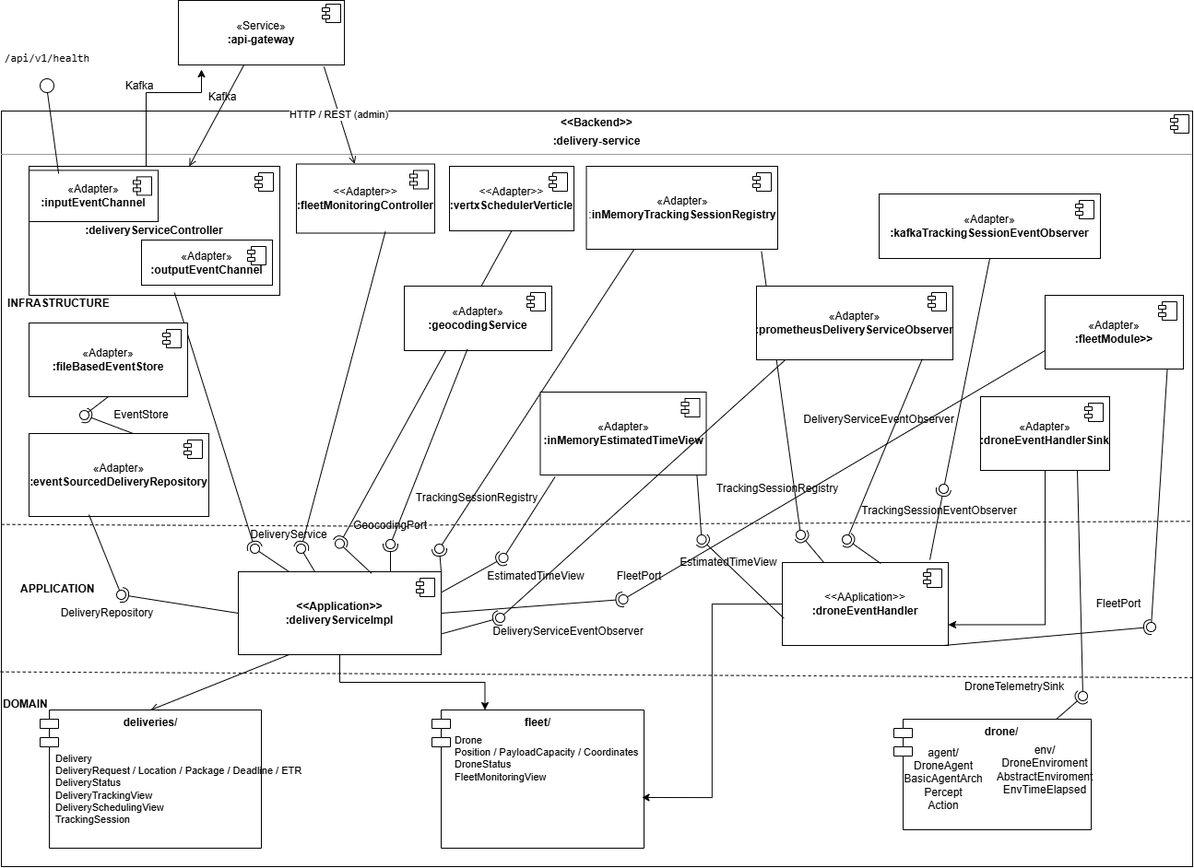
Before: doc/delivery-service-v3.drawio.png, a diagram exported from draw.io (MarcoMoro10/SAP-Assignment3). Source tidied: cells renumbered, new cells last; positions are measured from the earlier drawing's top-left corner, leaving out a move shared by most shapes.
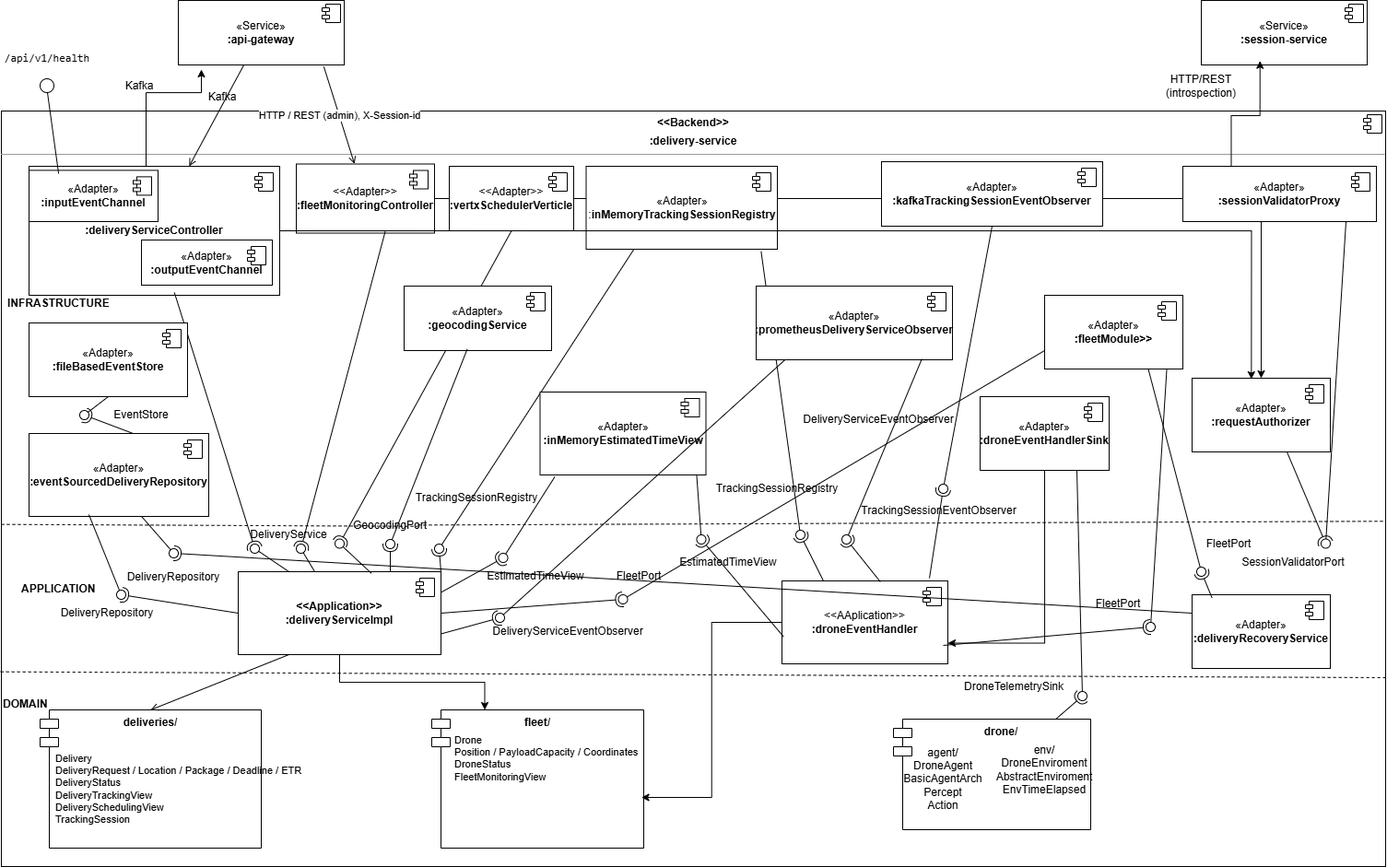
After the change.

The edit, as a diff of the source:
```diff
@@ -11,7 +11,7 @@
       </mxGeometry>
     </mxCell>
     <mxCell id="4" value="&lt;p style=&quot;margin:0px;margin-top:6px;text-align:center;&quot;&gt;&lt;b&gt;&amp;lt;&amp;lt;Backend&amp;gt;&amp;gt;&lt;/b&gt;&lt;/p&gt;&lt;p style=&quot;margin:0px;margin-top:6px;text-align:center;&quot;&gt;&lt;b&gt;:delivery-service&lt;/b&gt;&lt;/p&gt;&lt;hr size=&quot;1&quot;&gt;" style="align=left;overflow=fill;html=1;whiteSpace=wrap;verticalAlign=top;" parent="1" vertex="1">
-      <mxGeometry x="1" y="120" width="1292" height="820" as="geometry" />
+      <mxGeometry x="1" y="120" width="1502" height="820" as="geometry" />
     </mxCell>
     <mxCell id="5" style="shape=component;jettyWidth=8;jettyHeight=4;" parent="4" vertex="1">
       <mxGeometry x="1" width="20" height="20" relative="1" as="geometry">
@@ -59,6 +59,9 @@
         <mxPoint x="-27" y="7" as="offset" />
       </mxGeometry>
     </mxCell>
+    <mxCell id="131" style="edgeStyle=orthogonalEdgeStyle;rounded=0;jettySize=auto;html=1;" parent="1" edge="1" source="17" target="142">
+      <mxGeometry relative="1" as="geometry" />
+    </mxCell>
     <mxCell id="17" value="&lt;div&gt;&amp;lt;&amp;lt;Adapter&amp;gt;&amp;gt;&lt;/div&gt;&lt;b&gt;:fleetMonitoringController&lt;/b&gt;" style="html=1;whiteSpace=wrap;fontColor=#000000;" parent="1" vertex="1">
       <mxGeometry x="321" y="177.5" width="150" height="75" as="geometry" />
     </mxCell>
@@ -76,7 +79,7 @@
       </mxGeometry>
     </mxCell>
     <mxCell id="21" value="«Adapter»&lt;br&gt;&lt;b&gt;:kafkaTrackingSessionEventObserver&lt;/b&gt;" style="html=1;whiteSpace=wrap;fontColor=#000000;" parent="1" vertex="1">
-      <mxGeometry x="953" y="210" width="240" height="70" as="geometry" />
+      <mxGeometry x="956" y="175" width="240" height="70" as="geometry" />
     </mxCell>
     <mxCell id="22" style="shape=module;jettyWidth=8;jettyHeight=4;" parent="21" vertex="1">
       <mxGeometry x="1" width="20" height="20" relative="1" as="geometry">
@@ -124,7 +127,7 @@
     <mxCell id="35" style="endArrow=open;html=1;rounded=0;" parent="1" edge="1" source="2" target="11">
       <mxGeometry relative="1" as="geometry" />
     </mxCell>
-    <mxCell id="36" value="HTTP / REST (admin)" style="endArrow=open;html=1;rounded=0;exitX=0.877;exitY=1.025;exitDx=0;exitDy=0;exitPerimeter=0;" parent="1" edge="1" source="2" target="17">
+    <mxCell id="36" value="HTTP / REST (admin), X-Session-id" style="endArrow=open;html=1;rounded=0;exitX=0.877;exitY=1.025;exitDx=0;exitDy=0;exitPerimeter=0;" parent="1" edge="1" source="2" target="17">
       <mxGeometry relative="1" as="geometry" />
     </mxCell>
     <mxCell id="37" style="endArrow=open;html=1;rounded=0;exitX=0.25;exitY=1;exitDx=0;exitDy=0;entryX=0.5;entryY=0;entryDx=0;entryDy=0;" parent="1" edge="1" source="24" target="30">
@@ -210,7 +213,7 @@
       <mxGeometry relative="1" as="geometry" />
     </mxCell>
     <mxCell id="63" value="&lt;div&gt;&amp;lt;&amp;lt;AAplication&amp;gt;&amp;gt;&lt;/div&gt;&lt;b&gt;:droneEventHandler&lt;/b&gt;" style="html=1;whiteSpace=wrap;" parent="1" vertex="1">
-      <mxGeometry x="848" y="610" width="180" height="90" as="geometry" />
+      <mxGeometry x="848" y="630" width="180" height="90" as="geometry" />
     </mxCell>
     <mxCell id="64" style="shape=module;jettyWidth=8;jettyHeight=4;" parent="63" vertex="1">
       <mxGeometry x="1" width="20" height="20" relative="1" as="geometry">
@@ -438,5 +441,82 @@
     <mxCell id="130" value="GeocodingPort" style="text;html=1;whiteSpace=wrap;strokeColor=none;fillColor=none;align=center;verticalAlign=middle;rounded=0;" parent="1" vertex="1">
       <mxGeometry x="393" y="554.5" width="60" height="30" as="geometry" />
     </mxCell>
+    <mxCell id="132" value="«Adapter»&lt;br&gt;&lt;b&gt;:sessionValidatorProxy&lt;/b&gt;" style="html=1;whiteSpace=wrap;fontColor=#000000;" parent="1" vertex="1">
+      <mxGeometry x="1283" y="180" width="210" height="60" as="geometry" />
+    </mxCell>
+    <mxCell id="133" style="shape=module;jettyWidth=8;jettyHeight=4;" parent="132" vertex="1">
+      <mxGeometry x="1" width="20" height="20" relative="1" as="geometry">
+        <mxPoint x="-27" y="7" as="offset" />
+      </mxGeometry>
+    </mxCell>
+    <mxCell id="134" value="«Service»&lt;br&gt;&lt;b&gt;:session-service&lt;/b&gt;" style="html=1;whiteSpace=wrap;fontColor=#000000;" parent="1" vertex="1">
+      <mxGeometry x="1303" width="180" height="70" as="geometry" />
+    </mxCell>
+    <mxCell id="135" style="shape=component;jettyWidth=8;jettyHeight=4;" parent="134" vertex="1">
+      <mxGeometry x="1" width="20" height="20" relative="1" as="geometry">
+        <mxPoint x="-24" y="4" as="offset" />
+      </mxGeometry>
+    </mxCell>
+    <mxCell id="136" style="edgeStyle=orthogonalEdgeStyle;rounded=0;jettySize=auto;html=1;exitX=0.25;exitY=0;exitDx=0;exitDy=0;entryX=0.354;entryY=0.938;entryDx=0;entryDy=0;entryPerimeter=0;" parent="1" edge="1" source="132" target="134">
+      <mxGeometry relative="1" as="geometry" />
+    </mxCell>
+    <mxCell id="137" value="HTTP/REST (introspection)" style="text;html=1;whiteSpace=wrap;strokeColor=none;fillColor=none;align=center;verticalAlign=middle;rounded=0;" parent="1" vertex="1">
+      <mxGeometry x="1273" y="78" width="60" height="30" as="geometry" />
+    </mxCell>
+    <mxCell id="138" style="rounded=0;jettySize=auto;html=1;endArrow=halfCircle;endFill=0;endSize=6;strokeWidth=1;sketch=0;exitX=0.678;exitY=0.963;exitDx=0;exitDy=0;exitPerimeter=0;" parent="1" edge="1" source="142" target="140">
+      <mxGeometry relative="1" as="geometry" />
+    </mxCell>
+    <mxCell id="139" style="rounded=0;jettySize=auto;html=1;endArrow=oval;endFill=0;sketch=0;sourcePerimeterSpacing=0;targetPerimeterSpacing=0;endSize=10;exitX=0.843;exitY=1;exitDx=0;exitDy=0;exitPerimeter=0;" parent="1" edge="1" source="132" target="140">
+      <mxGeometry relative="1" as="geometry" />
+    </mxCell>
+    <mxCell id="140" style="ellipse;whiteSpace=wrap;html=1;align=center;fillColor=none;strokeColor=none;perimeter=centerPerimeter;points=[];outlineConnect=1;" parent="1" vertex="1">
+      <mxGeometry x="1433" y="584.5" width="10" height="10" as="geometry" />
+    </mxCell>
+    <mxCell id="141" value="SessionValidatorPort" style="text;html=1;whiteSpace=wrap;strokeColor=none;fillColor=none;align=center;verticalAlign=middle;rounded=0;" parent="1" vertex="1">
+      <mxGeometry x="1373" y="594.5" width="60" height="30" as="geometry" />
+    </mxCell>
+    <mxCell id="142" value="«Adapter»&lt;br&gt;&lt;b&gt;:requestAuthorizer&lt;/b&gt;" style="html=1;whiteSpace=wrap;" parent="1" vertex="1">
+      <mxGeometry x="1293" y="410" width="150" height="80" as="geometry" />
+    </mxCell>
+    <mxCell id="143" style="shape=module;jettyWidth=8;jettyHeight=4;" parent="142" vertex="1">
+      <mxGeometry x="1" width="20" height="20" relative="1" as="geometry">
+        <mxPoint x="-27" y="7" as="offset" />
+      </mxGeometry>
+    </mxCell>
+    <mxCell id="144" style="edgeStyle=orthogonalEdgeStyle;rounded=0;jettySize=auto;html=1;exitX=1;exitY=0.5;exitDx=0;exitDy=0;entryX=0.429;entryY=0.013;entryDx=0;entryDy=0;entryPerimeter=0;" parent="1" edge="1" source="11" target="142">
+      <mxGeometry relative="1" as="geometry" />
+    </mxCell>
+    <mxCell id="145" value="«Adapter»&lt;br&gt;&lt;b&gt;:deliveryRecoveryService&lt;/b&gt;" style="html=1;whiteSpace=wrap;" parent="1" vertex="1">
+      <mxGeometry x="1293" y="645" width="150" height="80" as="geometry" />
+    </mxCell>
+    <mxCell id="146" style="shape=module;jettyWidth=8;jettyHeight=4;" parent="145" vertex="1">
+      <mxGeometry x="1" width="20" height="20" relative="1" as="geometry">
+        <mxPoint x="-27" y="7" as="offset" />
+      </mxGeometry>
+    </mxCell>
+    <mxCell id="147" style="rounded=0;jettySize=auto;html=1;endArrow=halfCircle;endFill=0;endSize=6;strokeWidth=1;sketch=0;exitX=0.144;exitY=0.042;exitDx=0;exitDy=0;exitPerimeter=0;" parent="1" edge="1" source="145" target="149">
+      <mxGeometry relative="1" as="geometry" />
+    </mxCell>
+    <mxCell id="148" style="rounded=0;jettySize=auto;html=1;endArrow=oval;endFill=0;sketch=0;sourcePerimeterSpacing=0;targetPerimeterSpacing=0;endSize=10;exitX=0.75;exitY=1;exitDx=0;exitDy=0;" parent="1" edge="1" source="126" target="149">
+      <mxGeometry relative="1" as="geometry" />
+    </mxCell>
+    <mxCell id="149" style="ellipse;whiteSpace=wrap;html=1;align=center;fillColor=none;strokeColor=none;perimeter=centerPerimeter;points=[];outlineConnect=1;" parent="1" vertex="1">
+      <mxGeometry x="1298" y="615" width="10" height="10" as="geometry" />
+    </mxCell>
+    <mxCell id="150" value="FleetPort" style="text;html=1;whiteSpace=wrap;strokeColor=none;fillColor=none;align=center;verticalAlign=middle;rounded=0;" parent="1" vertex="1">
+      <mxGeometry x="1303" y="575" width="60" height="30" as="geometry" />
+    </mxCell>
+    <mxCell id="151" style="rounded=0;jettySize=auto;html=1;endArrow=halfCircle;endFill=0;endSize=6;strokeWidth=1;sketch=0;exitX=0;exitY=0.25;exitDx=0;exitDy=0;" parent="1" edge="1" source="145" target="153">
+      <mxGeometry relative="1" as="geometry" />
+    </mxCell>
+    <mxCell id="152" style="rounded=0;jettySize=auto;html=1;endArrow=oval;endFill=0;sketch=0;sourcePerimeterSpacing=0;targetPerimeterSpacing=0;endSize=10;exitX=0.626;exitY=1;exitDx=0;exitDy=0;exitPerimeter=0;" parent="1" edge="1" source="83" target="153">
+      <mxGeometry relative="1" as="geometry" />
+    </mxCell>
+    <mxCell id="153" style="ellipse;whiteSpace=wrap;html=1;align=center;fillColor=none;strokeColor=none;perimeter=centerPerimeter;points=[];outlineConnect=1;" parent="1" vertex="1">
+      <mxGeometry x="183" y="595" width="10" height="10" as="geometry" />
+    </mxCell>
+    <mxCell id="154" value="DeliveryRepository" style="text;html=1;whiteSpace=wrap;strokeColor=none;fillColor=none;align=center;verticalAlign=middle;rounded=0;" parent="1" vertex="1">
+      <mxGeometry x="158" y="611" width="60" height="30" as="geometry" />
+    </mxCell>
   </root>
 </mxGraphModel>
```
